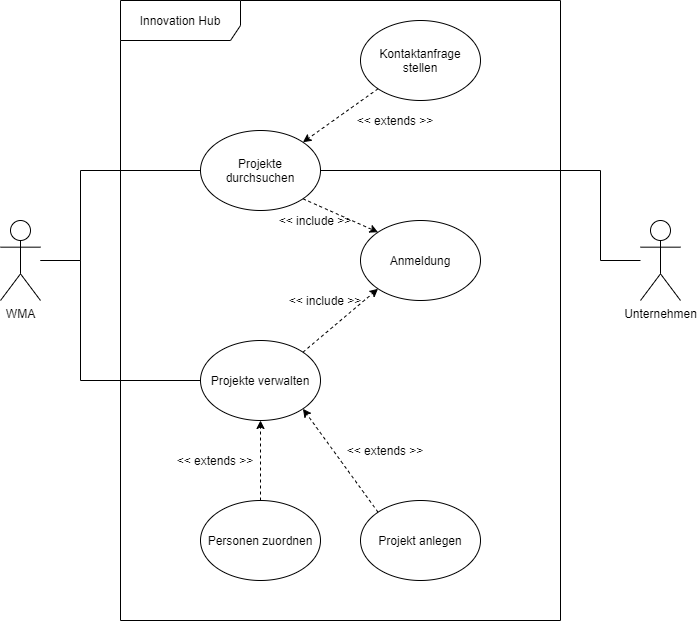
pschm/am-lastenheft-ss20 keeps this draw.io diagram as lastenheft/img/UCD_01_Team8.png. Above is the earlier version. Source tidied: cells renumbered, new cells last; positions are measured from the earlier drawing's top-left corner, leaving out a move shared by most shapes. The source it was exported from:
```xml
<mxGraphModel>
  <root>
    <mxCell id="0" />
    <mxCell id="1" parent="0" />
    <mxCell id="2" style="edgeStyle=orthogonalEdgeStyle;rounded=0;jettySize=auto;html=1;entryX=0;entryY=0.5;entryDx=0;entryDy=0;endArrow=none;endFill=0;" parent="1" edge="1" source="3" target="10">
      <mxGeometry relative="1" as="geometry">
        <Array as="points">
          <mxPoint x="80" y="260" />
          <mxPoint x="80" y="170" />
        </Array>
      </mxGeometry>
    </mxCell>
    <mxCell id="3" value="WMA" style="shape=umlActor;verticalLabelPosition=bottom;verticalAlign=top;html=1;outlineConnect=0;" parent="1" vertex="1">
      <mxGeometry y="220" width="40" height="80" as="geometry" />
    </mxCell>
    <mxCell id="4" value="Unternehmen" style="shape=umlActor;verticalLabelPosition=bottom;verticalAlign=top;html=1;" parent="1" vertex="1">
      <mxGeometry x="640" y="220" width="40" height="80" as="geometry" />
    </mxCell>
    <mxCell id="5" value="Innovation Hub" style="shape=umlFrame;whiteSpace=wrap;html=1;width=120;height=40;" parent="1" vertex="1">
      <mxGeometry x="120" width="440" height="620" as="geometry" />
    </mxCell>
    <mxCell id="6" style="rounded=0;jettySize=auto;html=1;entryX=0;entryY=0;entryDx=0;entryDy=0;dashed=1;exitX=1;exitY=1;exitDx=0;exitDy=0;" parent="1" edge="1" source="10" target="8">
      <mxGeometry relative="1" as="geometry" />
    </mxCell>
    <mxCell id="7" value="Projekt anlegen" style="ellipse;whiteSpace=wrap;html=1;fillColor=none;" parent="1" vertex="1">
      <mxGeometry x="360" y="500" width="120" height="80" as="geometry" />
    </mxCell>
    <mxCell id="8" value="Anmeldung" style="ellipse;whiteSpace=wrap;html=1;fillColor=none;" parent="1" vertex="1">
      <mxGeometry x="360" y="220" width="120" height="80" as="geometry" />
    </mxCell>
    <mxCell id="9" value="Kontaktanfrage stellen" style="ellipse;whiteSpace=wrap;html=1;fillColor=none;" parent="1" vertex="1">
      <mxGeometry x="360" y="20" width="120" height="80" as="geometry" />
    </mxCell>
    <mxCell id="10" value="Projekte&lt;br&gt;durchsuchen" style="ellipse;whiteSpace=wrap;html=1;fillColor=none;" parent="1" vertex="1">
      <mxGeometry x="200" y="130" width="120" height="80" as="geometry" />
    </mxCell>
    <mxCell id="11" value="&amp;lt;&amp;lt; include &amp;gt;&amp;gt;" style="text;html=1;strokeColor=none;fillColor=none;align=center;verticalAlign=middle;whiteSpace=wrap;rounded=0;" parent="1" vertex="1">
      <mxGeometry x="270" y="210" width="90" height="20" as="geometry" />
    </mxCell>
    <mxCell id="12" style="edgeStyle=none;rounded=0;jettySize=auto;html=1;exitX=1;exitY=0;exitDx=0;exitDy=0;entryX=0;entryY=1;entryDx=0;entryDy=0;dashed=1;" parent="1" edge="1" source="14" target="8">
      <mxGeometry relative="1" as="geometry" />
    </mxCell>
    <mxCell id="13" style="edgeStyle=orthogonalEdgeStyle;rounded=0;jettySize=auto;html=1;endArrow=none;endFill=0;" parent="1" edge="1" source="14">
      <mxGeometry relative="1" as="geometry">
        <mxPoint x="40" y="260" as="targetPoint" />
        <Array as="points">
          <mxPoint x="80" y="380" />
          <mxPoint x="80" y="260" />
        </Array>
      </mxGeometry>
    </mxCell>
    <mxCell id="14" value="Projekte verwalten" style="ellipse;whiteSpace=wrap;html=1;fillColor=none;" parent="1" vertex="1">
      <mxGeometry x="200" y="340" width="120" height="80" as="geometry" />
    </mxCell>
    <mxCell id="15" style="edgeStyle=orthogonalEdgeStyle;rounded=0;jettySize=auto;html=1;entryX=0.5;entryY=1;entryDx=0;entryDy=0;endArrow=classic;endFill=1;dashed=1;" parent="1" edge="1" source="16" target="14">
      <mxGeometry relative="1" as="geometry" />
    </mxCell>
    <mxCell id="16" value="Personen zuordnen" style="ellipse;whiteSpace=wrap;html=1;fillColor=none;" parent="1" vertex="1">
      <mxGeometry x="200" y="500" width="120" height="80" as="geometry" />
    </mxCell>
    <mxCell id="17" value="&amp;lt;&amp;lt; include &amp;gt;&amp;gt;" style="text;html=1;strokeColor=none;fillColor=none;align=center;verticalAlign=middle;whiteSpace=wrap;rounded=0;" parent="1" vertex="1">
      <mxGeometry x="280" y="290" width="90" height="20" as="geometry" />
    </mxCell>
    <mxCell id="18" style="rounded=0;jettySize=auto;html=1;entryX=1;entryY=0;entryDx=0;entryDy=0;dashed=1;exitX=0;exitY=1;exitDx=0;exitDy=0;" parent="1" edge="1" source="9" target="10">
      <mxGeometry relative="1" as="geometry" />
    </mxCell>
    <mxCell id="19" value="&amp;lt;&amp;lt; extends &amp;gt;&amp;gt;" style="text;html=1;strokeColor=none;fillColor=none;align=center;verticalAlign=middle;whiteSpace=wrap;rounded=0;" parent="1" vertex="1">
      <mxGeometry x="350" y="110" width="90" height="20" as="geometry" />
    </mxCell>
    <mxCell id="20" style="rounded=0;jettySize=auto;html=1;entryX=1;entryY=1;entryDx=0;entryDy=0;dashed=1;exitX=0;exitY=0;exitDx=0;exitDy=0;" parent="1" edge="1" source="7" target="14">
      <mxGeometry relative="1" as="geometry" />
    </mxCell>
    <mxCell id="21" value="&amp;lt;&amp;lt; extends &amp;gt;&amp;gt;" style="text;html=1;strokeColor=none;fillColor=none;align=center;verticalAlign=middle;whiteSpace=wrap;rounded=0;" parent="1" vertex="1">
      <mxGeometry x="170" y="450" width="90" height="20" as="geometry" />
    </mxCell>
    <mxCell id="22" value="&amp;lt;&amp;lt; extends &amp;gt;&amp;gt;" style="text;html=1;strokeColor=none;fillColor=none;align=center;verticalAlign=middle;whiteSpace=wrap;rounded=0;" parent="1" vertex="1">
      <mxGeometry x="340" y="440" width="90" height="20" as="geometry" />
    </mxCell>
    <mxCell id="23" style="edgeStyle=orthogonalEdgeStyle;rounded=0;jettySize=auto;html=1;endArrow=none;endFill=0;exitX=1;exitY=0.5;exitDx=0;exitDy=0;" parent="1" edge="1" source="10">
      <mxGeometry relative="1" as="geometry">
        <mxPoint x="640" y="260" as="targetPoint" />
        <Array as="points">
          <mxPoint x="600" y="170" />
          <mxPoint x="600" y="260" />
        </Array>
      </mxGeometry>
    </mxCell>
  </root>
</mxGraphModel>
```
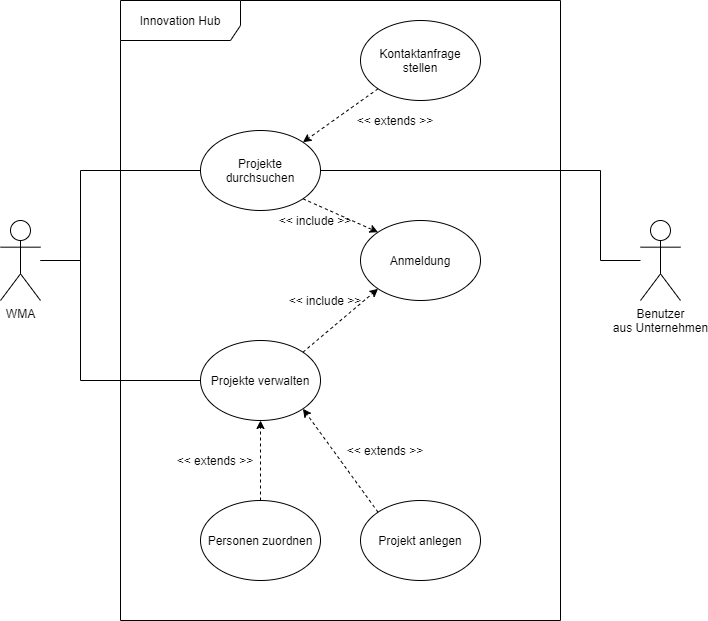
The same diagram one commit later.

Commit message:
Update Use Case Diagramm (Team-8)

What changed in the source:
```diff
@@ -13,7 +13,7 @@
     <mxCell id="3" value="WMA" style="shape=umlActor;verticalLabelPosition=bottom;verticalAlign=top;html=1;outlineConnect=0;" parent="1" vertex="1">
       <mxGeometry y="220" width="40" height="80" as="geometry" />
     </mxCell>
-    <mxCell id="4" value="Unternehmen" style="shape=umlActor;verticalLabelPosition=bottom;verticalAlign=top;html=1;" parent="1" vertex="1">
+    <mxCell id="4" value="Benutzer&lt;br&gt;aus Unternehmen" style="shape=umlActor;verticalLabelPosition=bottom;verticalAlign=top;html=1;" parent="1" vertex="1">
       <mxGeometry x="640" y="220" width="40" height="80" as="geometry" />
     </mxCell>
     <mxCell id="5" value="Innovation Hub" style="shape=umlFrame;whiteSpace=wrap;html=1;width=120;height=40;" parent="1" vertex="1">
```
